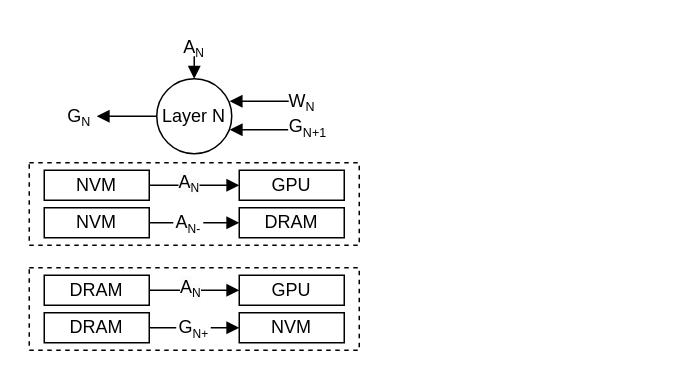
Earlier version of the draw.io diagram fig/pipeline2.drawio (icszhr/NCheck). Source tidied: cells renumbered, new cells numbered last; positions are measured from the earlier drawing's top-left corner, leaving out a move shared by most shapes. Both pictures are drawn from the tidied source at 150%, with x=0, y=0 at pixel (28, 26).
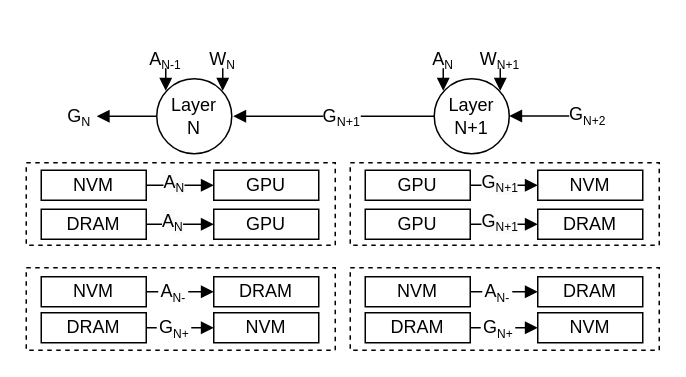
After the change.

What changed in the source:
```diff
@@
+    <mxCell id="29" style="rounded=0;whiteSpace=wrap;html=1;fillColor=none;dashed=1;" parent="1" vertex="1">
+      <mxGeometry x="214" y="161" width="206" height="55" as="geometry" />
+    </mxCell>
@@
-    <mxCell id="3" style="edgeStyle=orthogonalEdgeStyle;rounded=0;jettySize=auto;html=1;exitX=0.973;exitY=0.68;exitDx=0;exitDy=0;endArrow=none;endFill=0;startArrow=block;startFill=1;exitPerimeter=0;entryX=0.053;entryY=0.593;entryDx=0;entryDy=0;entryPerimeter=0;" parent="1" edge="1" source="5" target="7">
-      <mxGeometry relative="1" as="geometry" />
-    </mxCell>
-    <mxCell id="4" style="rounded=0;jettySize=auto;html=1;exitX=0.952;exitY=0.28;exitDx=0;exitDy=0;endArrow=none;endFill=0;startArrow=block;startFill=1;exitPerimeter=0;entryX=0;entryY=0.5;entryDx=0;entryDy=0;" parent="1" edge="1" target="10">
-      <mxGeometry relative="1" as="geometry">
-        <mxPoint x="133.6" y="50" as="sourcePoint" />
-      </mxGeometry>
-    </mxCell>
-    <mxCell id="5" value="Layer N" style="ellipse;whiteSpace=wrap;html=1;" parent="1" vertex="1">
+    <mxCell id="5" value="Layer&lt;div&gt;N&lt;/div&gt;" style="ellipse;whiteSpace=wrap;html=1;" parent="1" vertex="1">
       <mxGeometry x="85" y="35" width="50" height="50" as="geometry" />
     </mxCell>
@@
-    <mxCell id="7" value="&lt;font style=&quot;font-size: 12px;&quot;&gt;G&lt;/font&gt;&lt;font style=&quot;font-size: 10px;&quot;&gt;&lt;sub&gt;N+1&lt;/sub&gt;&lt;/font&gt;" style="text;html=1;align=center;verticalAlign=middle;whiteSpace=wrap;rounded=0;" parent="1" vertex="1">
-      <mxGeometry x="171" y="52" width="30" height="30" as="geometry" />
-    </mxCell>
     <mxCell id="8" style="edgeStyle=orthogonalEdgeStyle;rounded=0;orthogonalLoop=1;jettySize=auto;html=1;endArrow=none;endFill=0;startArrow=block;startFill=1;" parent="1" edge="1">
       <mxGeometry relative="1" as="geometry">
-        <mxPoint x="110" y="35" as="sourcePoint" />
-        <mxPoint x="110" y="20" as="targetPoint" />
+        <mxPoint x="91" y="43" as="sourcePoint" />
+        <mxPoint x="91" y="28" as="targetPoint" />
       </mxGeometry>
     </mxCell>
-    <mxCell id="9" value="A&lt;sub&gt;&lt;font style=&quot;font-size: 8px;&quot;&gt;N&lt;/font&gt;&lt;/sub&gt;" style="text;html=1;align=center;verticalAlign=middle;whiteSpace=wrap;rounded=0;" parent="1" vertex="1">
-      <mxGeometry x="80" width="60" height="30" as="geometry" />
+    <mxCell id="9" value="A&lt;sub&gt;&lt;font style=&quot;font-size: 8px;&quot;&gt;N-1&lt;/font&gt;&lt;/sub&gt;" style="text;html=1;align=center;verticalAlign=middle;whiteSpace=wrap;rounded=0;" parent="1" vertex="1">
+      <mxGeometry x="61" y="8" width="60" height="30" as="geometry" />
     </mxCell>
-    <mxCell id="10" value="W&lt;span style=&quot;font-size: 10px;&quot;&gt;&lt;sub&gt;N&lt;/sub&gt;&lt;/span&gt;" style="text;html=1;align=center;verticalAlign=middle;whiteSpace=wrap;rounded=0;" parent="1" vertex="1">
-      <mxGeometry x="173" y="41" width="18" height="18" as="geometry" />
-    </mxCell>
     <mxCell id="11" style="rounded=0;whiteSpace=wrap;html=1;fillColor=none;dashed=1;" parent="1" vertex="1">
-      <mxGeometry y="91" width="220" height="55" as="geometry" />
+      <mxGeometry x="-2" y="91" width="206" height="55" as="geometry" />
     </mxCell>
@@
     <mxCell id="13" value="NVM" style="rounded=0;whiteSpace=wrap;html=1;" parent="1" vertex="1">
-      <mxGeometry x="10" y="96" width="70" height="20" as="geometry" />
+      <mxGeometry x="8" y="96" width="70" height="20" as="geometry" />
     </mxCell>
     <mxCell id="14" value="GPU" style="rounded=0;whiteSpace=wrap;html=1;" parent="1" vertex="1">
-      <mxGeometry x="140" y="96" width="70" height="20" as="geometry" />
+      <mxGeometry x="123" y="96" width="70" height="20" as="geometry" />
     </mxCell>
@@
     <mxCell id="16" value="NVM" style="rounded=0;whiteSpace=wrap;html=1;" parent="1" vertex="1">
-      <mxGeometry x="10" y="121" width="70" height="20" as="geometry" />
+      <mxGeometry x="8" y="167" width="70" height="20" as="geometry" />
     </mxCell>
     <mxCell id="17" value="DRAM" style="rounded=0;whiteSpace=wrap;html=1;" parent="1" vertex="1">
-      <mxGeometry x="140" y="121" width="70" height="20" as="geometry" />
+      <mxGeometry x="123" y="167" width="70" height="20" as="geometry" />
     </mxCell>
     <mxCell id="18" value="&lt;div style=&quot;text-align: center;&quot;&gt;A&lt;sub&gt;&lt;font style=&quot;font-size: 8px;&quot;&gt;N-&lt;/font&gt;&lt;/sub&gt;&lt;br&gt;&lt;/div&gt;" style="text;whiteSpace=wrap;html=1;fillColor=default;" parent="1" vertex="1">
-      <mxGeometry x="96" y="117" width="20" height="24" as="geometry" />
+      <mxGeometry x="86" y="163" width="20" height="24" as="geometry" />
     </mxCell>
     <mxCell id="19" value="&lt;span style=&quot;color: rgb(0, 0, 0); font-family: Helvetica; font-size: 12px; font-style: normal; font-variant-ligatures: normal; font-variant-caps: normal; font-weight: 400; letter-spacing: normal; orphans: 2; text-align: center; text-indent: 0px; text-transform: none; widows: 2; word-spacing: 0px; -webkit-text-stroke-width: 0px; white-space: normal; background-color: rgb(251, 251, 251); text-decoration-thickness: initial; text-decoration-style: initial; text-decoration-color: initial; display: inline !important; float: none;&quot;&gt;A&lt;/span&gt;&lt;sub style=&quot;forced-color-adjust: none; color: rgb(0, 0, 0); font-family: Helvetica; font-style: normal; font-variant-ligatures: normal; font-variant-caps: normal; font-weight: 400; letter-spacing: normal; orphans: 2; text-align: center; text-indent: 0px; text-transform: none; widows: 2; word-spacing: 0px; -webkit-text-stroke-width: 0px; white-space: normal; background-color: rgb(251, 251, 251); text-decoration-thickness: initial; text-decoration-style: initial; text-decoration-color: initial;&quot;&gt;&lt;font style=&quot;font-size: 8px;&quot;&gt;N&lt;/font&gt;&lt;/sub&gt;" style="text;whiteSpace=wrap;html=1;" parent="1" vertex="1">
-      <mxGeometry x="98" y="90" width="23" height="30" as="geometry" />
+      <mxGeometry x="88" y="90" width="23" height="30" as="geometry" />
     </mxCell>
     <mxCell id="20" style="rounded=0;whiteSpace=wrap;html=1;fillColor=none;dashed=1;" parent="1" vertex="1">
-      <mxGeometry y="161" width="220" height="55" as="geometry" />
+      <mxGeometry x="-2" y="161" width="206" height="55" as="geometry" />
     </mxCell>
@@
     <mxCell id="22" value="DRAM" style="rounded=0;whiteSpace=wrap;html=1;" parent="1" vertex="1">
-      <mxGeometry x="10" y="166" width="70" height="20" as="geometry" />
+      <mxGeometry x="8" y="122" width="70" height="20" as="geometry" />
     </mxCell>
     <mxCell id="23" value="GPU" style="rounded=0;whiteSpace=wrap;html=1;" parent="1" vertex="1">
-      <mxGeometry x="140" y="166" width="70" height="20" as="geometry" />
+      <mxGeometry x="123" y="122" width="70" height="20" as="geometry" />
     </mxCell>
@@
     <mxCell id="25" value="DRAM" style="rounded=0;whiteSpace=wrap;html=1;" parent="1" vertex="1">
-      <mxGeometry x="10" y="191" width="70" height="20" as="geometry" />
+      <mxGeometry x="8" y="191" width="70" height="20" as="geometry" />
     </mxCell>
     <mxCell id="26" value="NVM" style="rounded=0;whiteSpace=wrap;html=1;" parent="1" vertex="1">
-      <mxGeometry x="140" y="191" width="70" height="20" as="geometry" />
+      <mxGeometry x="123" y="191" width="70" height="20" as="geometry" />
     </mxCell>
     <mxCell id="27" value="&lt;div style=&quot;text-align: center;&quot;&gt;G&lt;sub&gt;&lt;font style=&quot;font-size: 8px;&quot;&gt;N+&lt;/font&gt;&lt;/sub&gt;&lt;br&gt;&lt;/div&gt;" style="text;whiteSpace=wrap;html=1;fillColor=default;" parent="1" vertex="1">
-      <mxGeometry x="98" y="187" width="23" height="24" as="geometry" />
+      <mxGeometry x="85" y="187" width="23" height="24" as="geometry" />
     </mxCell>
     <mxCell id="28" value="&lt;span style=&quot;color: rgb(0, 0, 0); font-family: Helvetica; font-size: 12px; font-style: normal; font-variant-ligatures: normal; font-variant-caps: normal; font-weight: 400; letter-spacing: normal; orphans: 2; text-align: center; text-indent: 0px; text-transform: none; widows: 2; word-spacing: 0px; -webkit-text-stroke-width: 0px; white-space: normal; background-color: rgb(251, 251, 251); text-decoration-thickness: initial; text-decoration-style: initial; text-decoration-color: initial; display: inline !important; float: none;&quot;&gt;A&lt;/span&gt;&lt;sub style=&quot;forced-color-adjust: none; color: rgb(0, 0, 0); font-family: Helvetica; font-style: normal; font-variant-ligatures: normal; font-variant-caps: normal; font-weight: 400; letter-spacing: normal; orphans: 2; text-align: center; text-indent: 0px; text-transform: none; widows: 2; word-spacing: 0px; -webkit-text-stroke-width: 0px; white-space: normal; background-color: rgb(251, 251, 251); text-decoration-thickness: initial; text-decoration-style: initial; text-decoration-color: initial;&quot;&gt;&lt;font style=&quot;font-size: 8px;&quot;&gt;N&lt;/font&gt;&lt;/sub&gt;" style="text;whiteSpace=wrap;html=1;" parent="1" vertex="1">
-      <mxGeometry x="99" y="160" width="17" height="30" as="geometry" />
+      <mxGeometry x="87" y="116" width="17" height="30" as="geometry" />
     </mxCell>
+    <mxCell id="30" style="edgeStyle=orthogonalEdgeStyle;rounded=0;orthogonalLoop=1;jettySize=auto;html=1;endArrow=none;endFill=0;startArrow=block;startFill=1;" parent="1" edge="1">
+      <mxGeometry relative="1" as="geometry">
+        <mxPoint x="129" y="43" as="sourcePoint" />
+        <mxPoint x="129" y="28" as="targetPoint" />
+      </mxGeometry>
+    </mxCell>
+    <mxCell id="10" value="W&lt;sub&gt;&lt;font style=&quot;font-size: 8px;&quot;&gt;N&lt;/font&gt;&lt;/sub&gt;" style="text;html=1;align=center;verticalAlign=middle;whiteSpace=wrap;rounded=0;" parent="1" vertex="1">
+      <mxGeometry x="99" y="8" width="60" height="30" as="geometry" />
+    </mxCell>
+    <mxCell id="31" style="edgeStyle=orthogonalEdgeStyle;rounded=0;jettySize=auto;html=1;endArrow=block;endFill=1;startArrow=none;startFill=0;" parent="1" edge="1" source="32">
+      <mxGeometry relative="1" as="geometry">
+        <mxPoint x="136" y="60" as="targetPoint" />
+      </mxGeometry>
+    </mxCell>
+    <mxCell id="32" value="Layer N+1" style="ellipse;whiteSpace=wrap;html=1;" parent="1" vertex="1">
+      <mxGeometry x="270" y="35" width="50" height="50" as="geometry" />
+    </mxCell>
+    <mxCell id="33" value="G&lt;span style=&quot;font-size: 10px;&quot;&gt;&lt;sub&gt;N+1&lt;/sub&gt;&lt;/span&gt;" style="text;html=1;align=center;verticalAlign=middle;whiteSpace=wrap;rounded=0;fillColor=default;" parent="1" vertex="1">
+      <mxGeometry x="196" y="45" width="25" height="30" as="geometry" />
+    </mxCell>
+    <mxCell id="34" style="edgeStyle=orthogonalEdgeStyle;rounded=0;orthogonalLoop=1;jettySize=auto;html=1;endArrow=none;endFill=0;startArrow=block;startFill=1;" parent="1" edge="1">
+      <mxGeometry relative="1" as="geometry">
+        <mxPoint x="276" y="43" as="sourcePoint" />
+        <mxPoint x="276" y="28" as="targetPoint" />
+      </mxGeometry>
+    </mxCell>
+    <mxCell id="35" value="A&lt;sub&gt;&lt;font style=&quot;font-size: 8px;&quot;&gt;N&lt;/font&gt;&lt;/sub&gt;" style="text;html=1;align=center;verticalAlign=middle;whiteSpace=wrap;rounded=0;" parent="1" vertex="1">
+      <mxGeometry x="246" y="8" width="60" height="30" as="geometry" />
+    </mxCell>
+    <mxCell id="36" style="edgeStyle=orthogonalEdgeStyle;rounded=0;orthogonalLoop=1;jettySize=auto;html=1;endArrow=none;endFill=0;startArrow=block;startFill=1;" parent="1" edge="1">
+      <mxGeometry relative="1" as="geometry">
+        <mxPoint x="314" y="43" as="sourcePoint" />
+        <mxPoint x="314" y="28" as="targetPoint" />
+      </mxGeometry>
+    </mxCell>
+    <mxCell id="37" value="W&lt;sub&gt;&lt;font style=&quot;font-size: 8px;&quot;&gt;N+1&lt;/font&gt;&lt;/sub&gt;" style="text;html=1;align=center;verticalAlign=middle;whiteSpace=wrap;rounded=0;" parent="1" vertex="1">
+      <mxGeometry x="284" y="8" width="60" height="30" as="geometry" />
+    </mxCell>
+    <mxCell id="38" style="rounded=0;orthogonalLoop=1;jettySize=auto;html=1;endArrow=block;endFill=1;startArrow=none;startFill=0;" parent="1" edge="1">
+      <mxGeometry relative="1" as="geometry">
+        <mxPoint x="360" y="59.8" as="sourcePoint" />
+        <mxPoint x="320" y="59.8" as="targetPoint" />
+      </mxGeometry>
+    </mxCell>
+    <mxCell id="39" value="G&lt;sub style=&quot;&quot;&gt;&lt;font style=&quot;font-size: 8px;&quot;&gt;N+2&lt;/font&gt;&lt;/sub&gt;" style="text;html=1;align=center;verticalAlign=middle;whiteSpace=wrap;rounded=0;" parent="1" vertex="1">
+      <mxGeometry x="359.5" y="45" width="25" height="30" as="geometry" />
+    </mxCell>
+    <mxCell id="40" style="rounded=0;whiteSpace=wrap;html=1;fillColor=none;dashed=1;" parent="1" vertex="1">
+      <mxGeometry x="214" y="91" width="206" height="55" as="geometry" />
+    </mxCell>
+    <mxCell id="41" style="edgeStyle=orthogonalEdgeStyle;rounded=0;jettySize=auto;html=1;entryX=0;entryY=0.5;entryDx=0;entryDy=0;endArrow=block;endFill=1;exitX=1;exitY=0.5;exitDx=0;exitDy=0;" parent="1" edge="1" source="42" target="43">
+      <mxGeometry relative="1" as="geometry" />
+    </mxCell>
+    <mxCell id="42" value="GPU" style="rounded=0;whiteSpace=wrap;html=1;" parent="1" vertex="1">
+      <mxGeometry x="224" y="96" width="70" height="20" as="geometry" />
+    </mxCell>
+    <mxCell id="43" value="NVM" style="rounded=0;whiteSpace=wrap;html=1;" parent="1" vertex="1">
+      <mxGeometry x="339" y="96" width="70" height="20" as="geometry" />
+    </mxCell>
+    <mxCell id="44" style="edgeStyle=orthogonalEdgeStyle;rounded=0;jettySize=auto;html=1;entryX=0;entryY=0.5;entryDx=0;entryDy=0;endArrow=block;endFill=1;" parent="1" edge="1" source="45" target="46">
+      <mxGeometry relative="1" as="geometry" />
+    </mxCell>
+    <mxCell id="45" value="NVM" style="rounded=0;whiteSpace=wrap;html=1;" parent="1" vertex="1">
+      <mxGeometry x="224" y="167" width="70" height="20" as="geometry" />
+    </mxCell>
+    <mxCell id="46" value="DRAM" style="rounded=0;whiteSpace=wrap;html=1;" parent="1" vertex="1">
+      <mxGeometry x="339" y="167" width="70" height="20" as="geometry" />
+    </mxCell>
+    <mxCell id="47" value="&lt;div style=&quot;text-align: center;&quot;&gt;A&lt;sub&gt;&lt;font style=&quot;font-size: 8px;&quot;&gt;N-&lt;/font&gt;&lt;/sub&gt;&lt;br&gt;&lt;/div&gt;" style="text;whiteSpace=wrap;html=1;fillColor=default;" parent="1" vertex="1">
+      <mxGeometry x="302" y="163" width="20" height="24" as="geometry" />
+    </mxCell>
+    <mxCell id="48" value="&lt;span style=&quot;color: rgb(0, 0, 0); font-family: Helvetica; font-size: 12px; font-style: normal; font-variant-ligatures: normal; font-variant-caps: normal; font-weight: 400; letter-spacing: normal; orphans: 2; text-align: center; text-indent: 0px; text-transform: none; widows: 2; word-spacing: 0px; -webkit-text-stroke-width: 0px; white-space: normal; background-color: rgb(251, 251, 251); text-decoration-thickness: initial; text-decoration-style: initial; text-decoration-color: initial; display: inline !important; float: none;&quot;&gt;G&lt;/span&gt;&lt;sub style=&quot;forced-color-adjust: none; color: rgb(0, 0, 0); font-family: Helvetica; font-style: normal; font-variant-ligatures: normal; font-variant-caps: normal; font-weight: 400; letter-spacing: normal; orphans: 2; text-align: center; text-indent: 0px; text-transform: none; widows: 2; word-spacing: 0px; -webkit-text-stroke-width: 0px; white-space: normal; background-color: rgb(251, 251, 251); text-decoration-thickness: initial; text-decoration-style: initial; text-decoration-color: initial;&quot;&gt;&lt;font style=&quot;font-size: 8px;&quot;&gt;N+1&lt;/font&gt;&lt;/sub&gt;" style="text;whiteSpace=wrap;html=1;" parent="1" vertex="1">
+      <mxGeometry x="300" y="90" width="23" height="30" as="geometry" />
+    </mxCell>
+    <mxCell id="49" style="edgeStyle=orthogonalEdgeStyle;rounded=0;jettySize=auto;html=1;entryX=0;entryY=0.5;entryDx=0;entryDy=0;endArrow=block;endFill=1;exitX=1;exitY=0.5;exitDx=0;exitDy=0;" parent="1" edge="1" source="50" target="51">
+      <mxGeometry relative="1" as="geometry" />
+    </mxCell>
+    <mxCell id="50" value="GPU" style="rounded=0;whiteSpace=wrap;html=1;" parent="1" vertex="1">
+      <mxGeometry x="224" y="122" width="70" height="20" as="geometry" />
+    </mxCell>
+    <mxCell id="51" value="DRAM" style="rounded=0;whiteSpace=wrap;html=1;" parent="1" vertex="1">
+      <mxGeometry x="339" y="122" width="70" height="20" as="geometry" />
+    </mxCell>
+    <mxCell id="52" style="edgeStyle=orthogonalEdgeStyle;rounded=0;jettySize=auto;html=1;entryX=0;entryY=0.5;entryDx=0;entryDy=0;endArrow=block;endFill=1;" parent="1" edge="1" source="53" target="54">
+      <mxGeometry relative="1" as="geometry" />
+    </mxCell>
+    <mxCell id="53" value="DRAM" style="rounded=0;whiteSpace=wrap;html=1;" parent="1" vertex="1">
+      <mxGeometry x="224" y="191" width="70" height="20" as="geometry" />
+    </mxCell>
+    <mxCell id="54" value="NVM" style="rounded=0;whiteSpace=wrap;html=1;" parent="1" vertex="1">
+      <mxGeometry x="339" y="191" width="70" height="20" as="geometry" />
+    </mxCell>
+    <mxCell id="55" value="&lt;div style=&quot;text-align: center;&quot;&gt;G&lt;sub&gt;&lt;font style=&quot;font-size: 8px;&quot;&gt;N+&lt;/font&gt;&lt;/sub&gt;&lt;br&gt;&lt;/div&gt;" style="text;whiteSpace=wrap;html=1;fillColor=default;" parent="1" vertex="1">
+      <mxGeometry x="301" y="187" width="23" height="24" as="geometry" />
+    </mxCell>
+    <mxCell id="56" value="&lt;span style=&quot;color: rgb(0, 0, 0); font-family: Helvetica; font-size: 12px; font-style: normal; font-variant-ligatures: normal; font-variant-caps: normal; font-weight: 400; letter-spacing: normal; orphans: 2; text-align: center; text-indent: 0px; text-transform: none; widows: 2; word-spacing: 0px; -webkit-text-stroke-width: 0px; white-space: normal; background-color: rgb(251, 251, 251); text-decoration-thickness: initial; text-decoration-style: initial; text-decoration-color: initial; display: inline !important; float: none;&quot;&gt;G&lt;/span&gt;&lt;sub style=&quot;forced-color-adjust: none; color: rgb(0, 0, 0); font-family: Helvetica; font-style: normal; font-variant-ligatures: normal; font-variant-caps: normal; font-weight: 400; letter-spacing: normal; orphans: 2; text-align: center; text-indent: 0px; text-transform: none; widows: 2; word-spacing: 0px; -webkit-text-stroke-width: 0px; white-space: normal; background-color: rgb(251, 251, 251); text-decoration-thickness: initial; text-decoration-style: initial; text-decoration-color: initial;&quot;&gt;&lt;font style=&quot;font-size: 8px;&quot;&gt;N+1&lt;/font&gt;&lt;/sub&gt;" style="text;whiteSpace=wrap;html=1;" parent="1" vertex="1">
+      <mxGeometry x="300" y="116" width="17" height="30" as="geometry" />
+    </mxCell>
```
